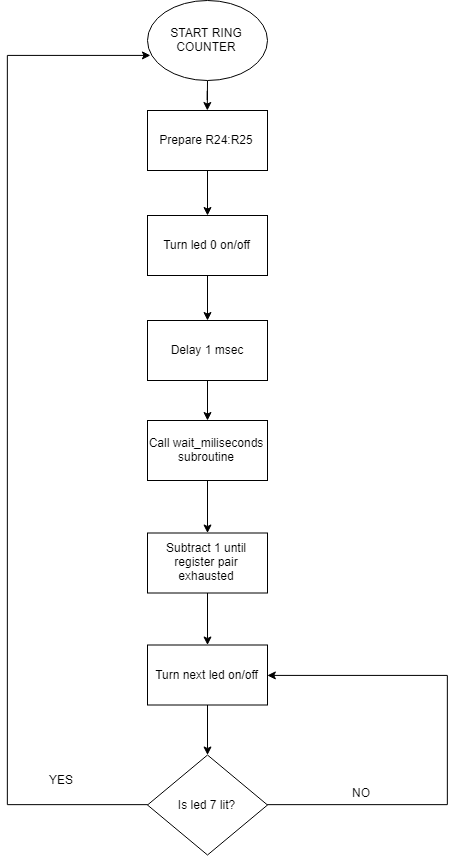
Earlier version of the draw.io export Lab 2/Flowcharts - Lab 2 pics/4.png (samahDD/1DT301-2). Source tidied: cells renumbered, new cells last; positions are measured from the earlier drawing's top-left corner, leaving out a move shared by most shapes. Its diagram source:
```xml
<mxGraphModel>
  <root>
    <mxCell id="0" />
    <mxCell id="1" parent="0" />
    <mxCell id="2" style="edgeStyle=orthogonalEdgeStyle;rounded=0;jettySize=auto;html=1;" parent="1" edge="1" source="3" target="15">
      <mxGeometry relative="1" as="geometry" />
    </mxCell>
    <mxCell id="3" value="START RING COUNTER" style="ellipse;whiteSpace=wrap;html=1;" parent="1" vertex="1">
      <mxGeometry x="140" width="120" height="80" as="geometry" />
    </mxCell>
    <mxCell id="4" style="edgeStyle=orthogonalEdgeStyle;rounded=0;jettySize=auto;html=1;" parent="1" edge="1" source="5" target="7">
      <mxGeometry relative="1" as="geometry" />
    </mxCell>
    <mxCell id="5" value="Turn led 0 on/off" style="rounded=0;whiteSpace=wrap;html=1;" parent="1" vertex="1">
      <mxGeometry x="140" y="215" width="120" height="60" as="geometry" />
    </mxCell>
    <mxCell id="6" style="edgeStyle=orthogonalEdgeStyle;rounded=0;jettySize=auto;html=1;" parent="1" edge="1" source="7" target="20">
      <mxGeometry relative="1" as="geometry" />
    </mxCell>
    <mxCell id="7" value="Delay 1 msec" style="rounded=0;whiteSpace=wrap;html=1;" parent="1" vertex="1">
      <mxGeometry x="140" y="320" width="120" height="60" as="geometry" />
    </mxCell>
    <mxCell id="8" style="edgeStyle=orthogonalEdgeStyle;rounded=0;jettySize=auto;html=1;" parent="1" edge="1" source="9" target="12">
      <mxGeometry relative="1" as="geometry" />
    </mxCell>
    <mxCell id="9" value="Turn next led on/off" style="rounded=0;whiteSpace=wrap;html=1;" parent="1" vertex="1">
      <mxGeometry x="140" y="644.5" width="120" height="60" as="geometry" />
    </mxCell>
    <mxCell id="10" style="edgeStyle=orthogonalEdgeStyle;rounded=0;jettySize=auto;html=1;entryX=0.022;entryY=0.683;entryDx=0;entryDy=0;entryPerimeter=0;" parent="1" edge="1" source="12" target="3">
      <mxGeometry relative="1" as="geometry">
        <Array as="points">
          <mxPoint y="804" />
          <mxPoint y="55" />
        </Array>
      </mxGeometry>
    </mxCell>
    <mxCell id="11" style="edgeStyle=orthogonalEdgeStyle;rounded=0;jettySize=auto;html=1;entryX=1;entryY=0.5;entryDx=0;entryDy=0;" parent="1" edge="1" source="12" target="9">
      <mxGeometry relative="1" as="geometry">
        <Array as="points">
          <mxPoint x="440" y="804" />
          <mxPoint x="440" y="675" />
        </Array>
      </mxGeometry>
    </mxCell>
    <mxCell id="12" value="Is led 7 lit?" style="rhombus;whiteSpace=wrap;html=1;" parent="1" vertex="1">
      <mxGeometry x="140" y="754.5" width="120" height="100" as="geometry" />
    </mxCell>
    <mxCell id="13" value="YES" style="text;html=1;align=left;verticalAlign=top;spacingTop=-4;" parent="1" vertex="1">
      <mxGeometry x="40" y="770" width="40" height="20" as="geometry" />
    </mxCell>
    <mxCell id="14" style="edgeStyle=orthogonalEdgeStyle;rounded=0;jettySize=auto;html=1;" parent="1" edge="1" source="15" target="5">
      <mxGeometry relative="1" as="geometry" />
    </mxCell>
    <mxCell id="15" value="Prepare R24:R25" style="rounded=0;whiteSpace=wrap;html=1;" parent="1" vertex="1">
      <mxGeometry x="140" y="110" width="120" height="60" as="geometry" />
    </mxCell>
    <mxCell id="16" style="edgeStyle=orthogonalEdgeStyle;rounded=0;jettySize=auto;html=1;" parent="1" edge="1" source="17" target="9">
      <mxGeometry relative="1" as="geometry" />
    </mxCell>
    <mxCell id="17" value="Subtract 1 until register pair exhausted" style="rounded=0;whiteSpace=wrap;html=1;" parent="1" vertex="1">
      <mxGeometry x="140" y="532.5" width="120" height="60" as="geometry" />
    </mxCell>
    <mxCell id="18" value="NO" style="text;html=1;align=left;verticalAlign=top;spacingTop=-4;" parent="1" vertex="1">
      <mxGeometry x="343" y="783" width="30" height="20" as="geometry" />
    </mxCell>
    <mxCell id="19" style="edgeStyle=orthogonalEdgeStyle;rounded=0;jettySize=auto;html=1;" parent="1" edge="1" source="20" target="17">
      <mxGeometry relative="1" as="geometry" />
    </mxCell>
    <mxCell id="20" value="Call wait_miliseconds subroutine" style="rounded=0;whiteSpace=wrap;html=1;" parent="1" vertex="1">
      <mxGeometry x="140" y="420" width="120" height="60" as="geometry" />
    </mxCell>
  </root>
</mxGraphModel>
```
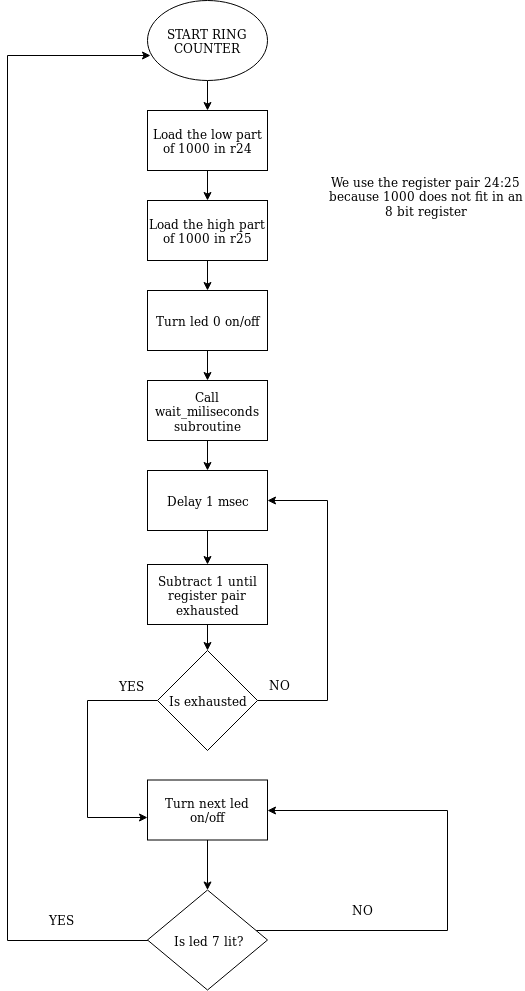
Later version of the same file.

Diff of the diagram source:
```diff
@@ -2,34 +2,36 @@
   <root>
     <mxCell id="0" />
     <mxCell id="1" parent="0" />
-    <mxCell id="2" style="edgeStyle=orthogonalEdgeStyle;rounded=0;jettySize=auto;html=1;" parent="1" edge="1" source="3" target="15">
-      <mxGeometry relative="1" as="geometry" />
+    <mxCell id="2" style="edgeStyle=orthogonalEdgeStyle;rounded=0;jettySize=auto;html=1;" parent="1" edge="1" source="3">
+      <mxGeometry relative="1" as="geometry">
+        <mxPoint x="200" y="110" as="targetPoint" />
+      </mxGeometry>
     </mxCell>
     <mxCell id="3" value="START RING COUNTER" style="ellipse;whiteSpace=wrap;html=1;" parent="1" vertex="1">
       <mxGeometry x="140" width="120" height="80" as="geometry" />
     </mxCell>
-    <mxCell id="4" style="edgeStyle=orthogonalEdgeStyle;rounded=0;jettySize=auto;html=1;" parent="1" edge="1" source="5" target="7">
-      <mxGeometry relative="1" as="geometry" />
-    </mxCell>
+    <mxCell id="21" style="edgeStyle=orthogonalEdgeStyle;rounded=0;jettySize=auto;html=1;" parent="1" edge="1" source="5" target="20">
+      <mxGeometry relative="1" as="geometry" />
+    </mxCell>
     <mxCell id="5" value="Turn led 0 on/off" style="rounded=0;whiteSpace=wrap;html=1;" parent="1" vertex="1">
-      <mxGeometry x="140" y="215" width="120" height="60" as="geometry" />
+      <mxGeometry x="140" y="290" width="120" height="60" as="geometry" />
     </mxCell>
-    <mxCell id="6" style="edgeStyle=orthogonalEdgeStyle;rounded=0;jettySize=auto;html=1;" parent="1" edge="1" source="7" target="20">
-      <mxGeometry relative="1" as="geometry" />
-    </mxCell>
+    <mxCell id="22" style="edgeStyle=orthogonalEdgeStyle;rounded=0;jettySize=auto;html=1;" parent="1" edge="1" source="7" target="17">
+      <mxGeometry relative="1" as="geometry" />
+    </mxCell>
     <mxCell id="7" value="Delay 1 msec" style="rounded=0;whiteSpace=wrap;html=1;" parent="1" vertex="1">
-      <mxGeometry x="140" y="320" width="120" height="60" as="geometry" />
+      <mxGeometry x="140" y="470" width="120" height="60" as="geometry" />
     </mxCell>
     <mxCell id="8" style="edgeStyle=orthogonalEdgeStyle;rounded=0;jettySize=auto;html=1;" parent="1" edge="1" source="9" target="12">
       <mxGeometry relative="1" as="geometry" />
     </mxCell>
     <mxCell id="9" value="Turn next led on/off" style="rounded=0;whiteSpace=wrap;html=1;" parent="1" vertex="1">
-      <mxGeometry x="140" y="644.5" width="120" height="60" as="geometry" />
+      <mxGeometry x="140" y="779.5" width="120" height="60" as="geometry" />
     </mxCell>
     <mxCell id="10" style="edgeStyle=orthogonalEdgeStyle;rounded=0;jettySize=auto;html=1;entryX=0.022;entryY=0.683;entryDx=0;entryDy=0;entryPerimeter=0;" parent="1" edge="1" source="12" target="3">
       <mxGeometry relative="1" as="geometry">
         <Array as="points">
-          <mxPoint y="804" />
+          <mxPoint y="940" />
           <mxPoint y="55" />
         </Array>
       </mxGeometry>
@@ -37,37 +39,71 @@
     <mxCell id="11" style="edgeStyle=orthogonalEdgeStyle;rounded=0;jettySize=auto;html=1;entryX=1;entryY=0.5;entryDx=0;entryDy=0;" parent="1" edge="1" source="12" target="9">
       <mxGeometry relative="1" as="geometry">
         <Array as="points">
-          <mxPoint x="440" y="804" />
-          <mxPoint x="440" y="675" />
+          <mxPoint x="440" y="930" />
+          <mxPoint x="440" y="810" />
         </Array>
       </mxGeometry>
     </mxCell>
     <mxCell id="12" value="Is led 7 lit?" style="rhombus;whiteSpace=wrap;html=1;" parent="1" vertex="1">
-      <mxGeometry x="140" y="754.5" width="120" height="100" as="geometry" />
+      <mxGeometry x="140" y="889.5" width="120" height="100" as="geometry" />
     </mxCell>
     <mxCell id="13" value="YES" style="text;html=1;align=left;verticalAlign=top;spacingTop=-4;" parent="1" vertex="1">
-      <mxGeometry x="40" y="770" width="40" height="20" as="geometry" />
+      <mxGeometry x="40" y="910" width="40" height="20" as="geometry" />
     </mxCell>
-    <mxCell id="14" style="edgeStyle=orthogonalEdgeStyle;rounded=0;jettySize=auto;html=1;" parent="1" edge="1" source="15" target="5">
-      <mxGeometry relative="1" as="geometry" />
-    </mxCell>
-    <mxCell id="15" value="Prepare R24:R25" style="rounded=0;whiteSpace=wrap;html=1;" parent="1" vertex="1">
-      <mxGeometry x="140" y="110" width="120" height="60" as="geometry" />
-    </mxCell>
-    <mxCell id="16" style="edgeStyle=orthogonalEdgeStyle;rounded=0;jettySize=auto;html=1;" parent="1" edge="1" source="17" target="9">
-      <mxGeometry relative="1" as="geometry" />
-    </mxCell>
+    <mxCell id="23" style="edgeStyle=orthogonalEdgeStyle;rounded=0;jettySize=auto;html=1;" parent="1" edge="1" source="17" target="31">
+      <mxGeometry relative="1" as="geometry" />
+    </mxCell>
     <mxCell id="17" value="Subtract 1 until register pair exhausted" style="rounded=0;whiteSpace=wrap;html=1;" parent="1" vertex="1">
-      <mxGeometry x="140" y="532.5" width="120" height="60" as="geometry" />
+      <mxGeometry x="140" y="564" width="120" height="60" as="geometry" />
     </mxCell>
     <mxCell id="18" value="NO" style="text;html=1;align=left;verticalAlign=top;spacingTop=-4;" parent="1" vertex="1">
-      <mxGeometry x="343" y="783" width="30" height="20" as="geometry" />
+      <mxGeometry x="343" y="900" width="30" height="20" as="geometry" />
     </mxCell>
-    <mxCell id="19" style="edgeStyle=orthogonalEdgeStyle;rounded=0;jettySize=auto;html=1;" parent="1" edge="1" source="20" target="17">
-      <mxGeometry relative="1" as="geometry" />
-    </mxCell>
+    <mxCell id="24" style="edgeStyle=orthogonalEdgeStyle;rounded=0;jettySize=auto;html=1;" parent="1" edge="1" source="20" target="7">
+      <mxGeometry relative="1" as="geometry" />
+    </mxCell>
     <mxCell id="20" value="Call wait_miliseconds subroutine" style="rounded=0;whiteSpace=wrap;html=1;" parent="1" vertex="1">
-      <mxGeometry x="140" y="420" width="120" height="60" as="geometry" />
+      <mxGeometry x="140" y="380" width="120" height="60" as="geometry" />
     </mxCell>
+    <mxCell id="25" style="edgeStyle=orthogonalEdgeStyle;rounded=0;jettySize=auto;html=1;" parent="1" edge="1" source="26" target="28">
+      <mxGeometry relative="1" as="geometry" />
+    </mxCell>
+    <mxCell id="26" value="Load the low part of 1000 in r24" style="rounded=0;whiteSpace=wrap;html=1;" parent="1" vertex="1">
+      <mxGeometry x="140" y="110" width="120" height="60" as="geometry" />
+    </mxCell>
+    <mxCell id="27" style="edgeStyle=orthogonalEdgeStyle;rounded=0;jettySize=auto;html=1;" parent="1" edge="1" source="28" target="5">
+      <mxGeometry relative="1" as="geometry" />
+    </mxCell>
+    <mxCell id="28" value="Load the high part of 1000 in r25" style="rounded=0;whiteSpace=wrap;html=1;" parent="1" vertex="1">
+      <mxGeometry x="140" y="200" width="120" height="60" as="geometry" />
+    </mxCell>
+    <mxCell id="29" style="edgeStyle=orthogonalEdgeStyle;rounded=0;jettySize=auto;html=1;entryX=1;entryY=0.5;entryDx=0;entryDy=0;" parent="1" edge="1" source="31" target="7">
+      <mxGeometry relative="1" as="geometry">
+        <Array as="points">
+          <mxPoint x="320" y="700" />
+          <mxPoint x="320" y="500" />
+        </Array>
+      </mxGeometry>
+    </mxCell>
+    <mxCell id="30" style="edgeStyle=orthogonalEdgeStyle;rounded=0;jettySize=auto;html=1;exitX=0;exitY=0.5;exitDx=0;exitDy=0;entryX=0;entryY=0.625;entryDx=0;entryDy=0;entryPerimeter=0;" parent="1" edge="1" source="31" target="9">
+      <mxGeometry relative="1" as="geometry">
+        <Array as="points">
+          <mxPoint x="80" y="700" />
+          <mxPoint x="80" y="817" />
+        </Array>
+      </mxGeometry>
+    </mxCell>
+    <mxCell id="31" value="Is exhausted" style="rhombus;whiteSpace=wrap;html=1;" parent="1" vertex="1">
+      <mxGeometry x="150" y="650" width="100" height="100" as="geometry" />
+    </mxCell>
+    <mxCell id="32" value="NO" style="text;html=1;align=left;verticalAlign=top;spacingTop=-4;" parent="1" vertex="1">
+      <mxGeometry x="260" y="675" width="40" height="20" as="geometry" />
+    </mxCell>
+    <mxCell id="33" value="YES" style="text;html=1;align=left;verticalAlign=top;spacingTop=-4;" parent="1" vertex="1">
+      <mxGeometry x="110" y="676" width="40" height="20" as="geometry" />
+    </mxCell>
+    <mxCell id="34" value="We use the register pair 24:25 because 1000 does not fit in an 8 bit register" style="text;html=1;strokeColor=none;fillColor=none;align=center;verticalAlign=middle;whiteSpace=wrap;rounded=0;" parent="1" vertex="1">
+      <mxGeometry x="320" y="160" width="197" height="70" as="geometry" />
+    </mxCell>
   </root>
 </mxGraphModel>
```
